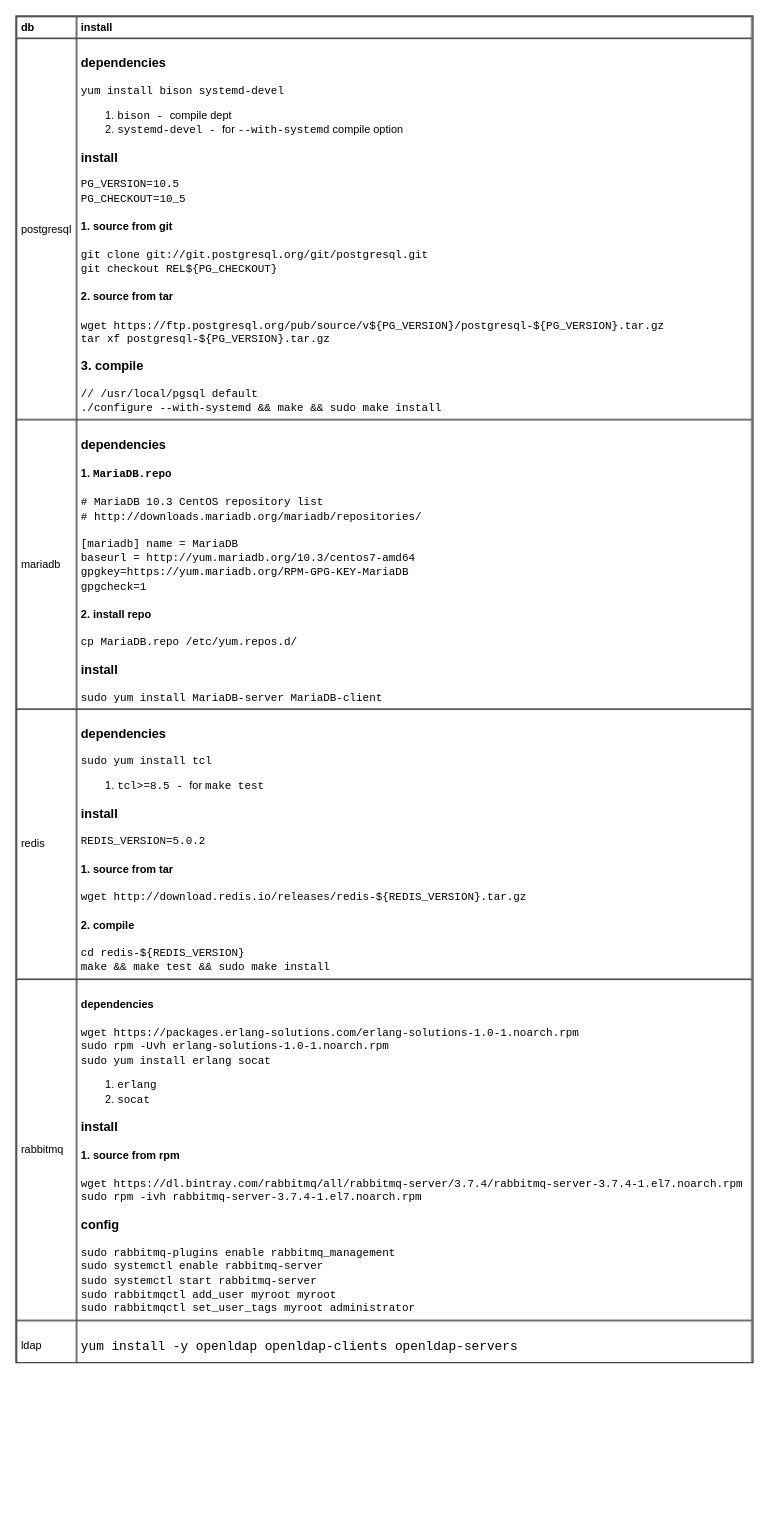
Before: page "install" (2 of 8) of db/db.drawio in yangdj/tf_docs, a draw.io diagram. Source tidied: cells renumbered, new cells numbered last; positions are measured from the earlier drawing's top-left corner, leaving out a move shared by most shapes. Both pictures are drawn from the tidied source at 91%, with x=0, y=0 at pixel (15, 15).
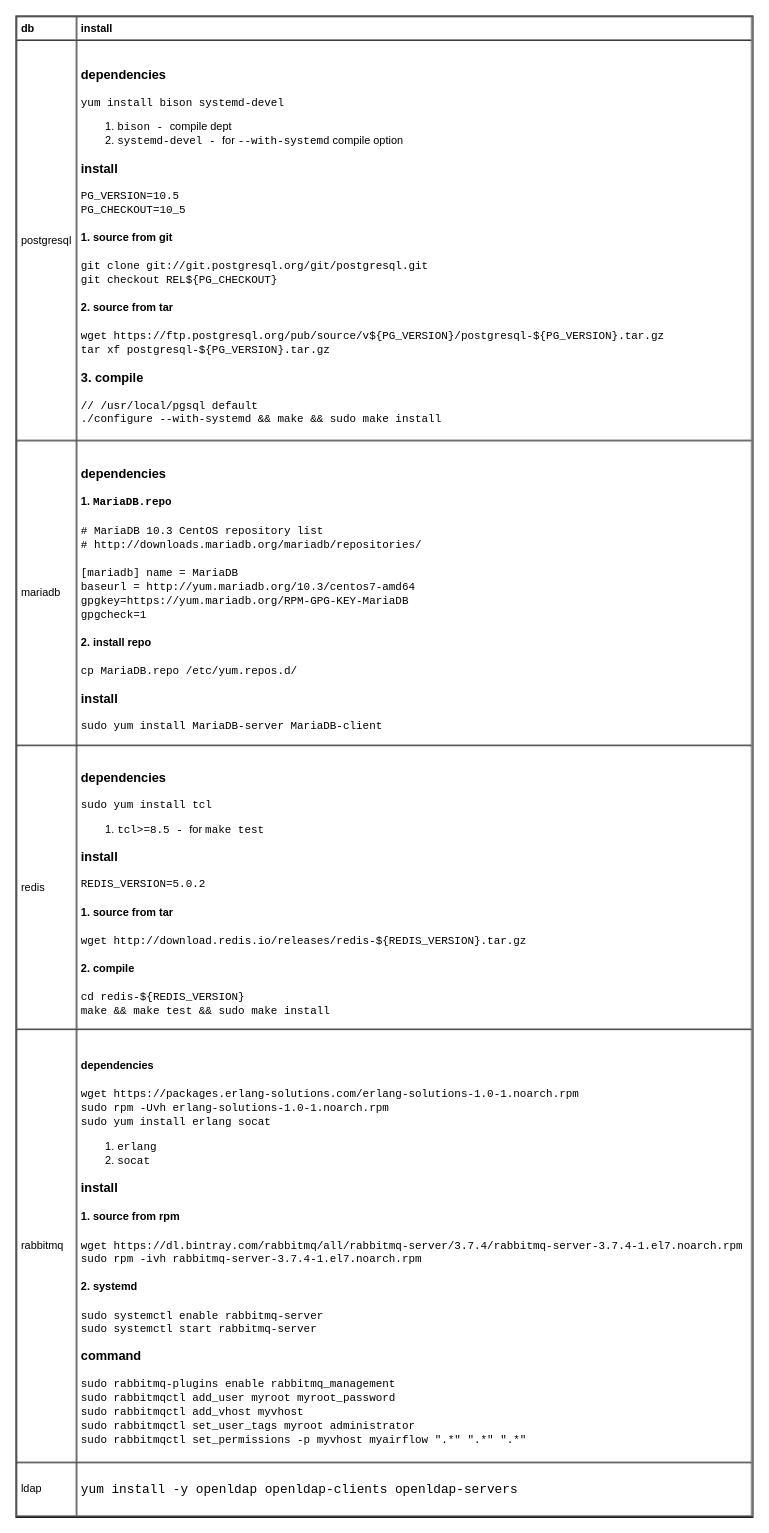
Above is the later version.

Diff of the diagram source:
```diff
@@
 <mxGraphModel>
   <root>
     <mxCell id="0" />
     <mxCell id="1" parent="0" />
-    <mxCell id="2" value="&lt;table cellpadding=&quot;4&quot; cellspacing=&quot;0&quot; border=&quot;1&quot; style=&quot;font-size: 1em ; width: 100% ; height: 100%&quot;&gt;&lt;tbody&gt;&lt;tr&gt;&lt;th&gt;db&lt;/th&gt;&lt;th&gt;install&lt;/th&gt;&lt;/tr&gt;&lt;tr&gt;&lt;td&gt;postgresql&lt;/td&gt;&lt;td&gt;&lt;h3&gt;dependencies&lt;/h3&gt;&lt;div&gt;&lt;span style=&quot;font-family: &amp;#34;courier new&amp;#34; ; font-size: 1em&quot;&gt;yum install bison systemd-devel&lt;/span&gt;&lt;br&gt;&lt;/div&gt;&lt;div&gt;&lt;div&gt;&lt;ol&gt;&lt;li&gt;&lt;font face=&quot;Courier New&quot;&gt;bison - &lt;/font&gt;compile dept&lt;/li&gt;&lt;li&gt;&lt;font face=&quot;Courier New&quot;&gt;systemd-devel -&amp;nbsp;&lt;/font&gt;for&amp;nbsp;&lt;font face=&quot;Courier New&quot;&gt;--with-systemd&lt;/font&gt;&amp;nbsp;compile option&lt;/li&gt;&lt;/ol&gt;&lt;/div&gt;&lt;/div&gt;&lt;h3&gt;install&lt;/h3&gt;&lt;div&gt;&lt;div&gt;&lt;font face=&quot;Courier New&quot;&gt;PG_VERSION=10.5&lt;/font&gt;&lt;/div&gt;&lt;div&gt;&lt;font face=&quot;Courier New&quot;&gt;PG_CHECKOUT=10_5&lt;/font&gt;&lt;/div&gt;&lt;/div&gt;&lt;h4&gt;1. source from git&lt;/h4&gt;&lt;div&gt;&lt;font face=&quot;Courier New&quot;&gt;git clone git://git.postgresql.org/git/postgresql.git&lt;br&gt;&lt;/font&gt;&lt;/div&gt;&lt;div&gt;&lt;font face=&quot;Courier New&quot;&gt;git checkout REL${PG_CHECKOUT}&lt;/font&gt;&lt;/div&gt;&lt;h4&gt;2. source from tar&lt;/h4&gt;&lt;div&gt;&lt;font face=&quot;Courier New&quot;&gt;wget https://ftp.postgresql.org/pub/source/v${PG_VERSION}/postgresql-${PG_VERSION}.tar.gz&lt;/font&gt;&lt;/div&gt;&lt;div&gt;&lt;font face=&quot;Courier New&quot;&gt;tar xf postgresql-${PG_VERSION}.tar.gz&lt;br&gt;&lt;/font&gt;&lt;/div&gt;&lt;h3&gt;3. compile&lt;/h3&gt;&lt;div&gt;&lt;font face=&quot;Courier New&quot;&gt;// &lt;/font&gt;&lt;span&gt;&lt;font face=&quot;Courier New&quot;&gt;/usr/local/pgsql default&lt;/font&gt;&lt;/span&gt;&lt;/div&gt;&lt;div&gt;&lt;font face=&quot;Courier New&quot;&gt;./configure --with-systemd &amp;amp;&amp;amp; make &amp;amp;&amp;amp; sudo make install&lt;br&gt;&lt;/font&gt;&lt;/div&gt;&lt;/td&gt;&lt;/tr&gt;&lt;tr&gt;&lt;td&gt;mariadb&lt;/td&gt;&lt;td&gt;&lt;h3&gt;dependencies&lt;/h3&gt;&lt;h4&gt;1. &lt;font face=&quot;Courier New&quot;&gt;MariaDB.repo&lt;/font&gt;&lt;/h4&gt;&lt;div&gt;&lt;font face=&quot;Courier New&quot;&gt;# MariaDB 10.3 CentOS repository list&lt;/font&gt;&lt;/div&gt;&lt;div&gt;&lt;font face=&quot;Courier New&quot;&gt;# http://downloads.mariadb.org/mariadb/repositories/&lt;/font&gt;&lt;/div&gt;&lt;div&gt;&lt;font face=&quot;Courier New&quot;&gt;&lt;br&gt;&lt;/font&gt;&lt;/div&gt;&lt;div&gt;&lt;font face=&quot;Courier New&quot;&gt;[mariadb] name = MariaDB&lt;/font&gt;&lt;/div&gt;&lt;div&gt;&lt;font face=&quot;Courier New&quot;&gt;baseurl = http://yum.mariadb.org/10.3/centos7-amd64&amp;nbsp;&lt;/font&gt;&lt;/div&gt;&lt;div&gt;&lt;font face=&quot;Courier New&quot;&gt;gpgkey=https://yum.mariadb.org/RPM-GPG-KEY-MariaDB&lt;/font&gt;&lt;/div&gt;&lt;div&gt;&lt;font face=&quot;Courier New&quot;&gt;gpgcheck=1&lt;/font&gt;&lt;/div&gt;&lt;h4&gt;2. install repo&lt;/h4&gt;&lt;div&gt;&lt;font face=&quot;Courier New&quot;&gt;cp MariaDB.repo /etc/yum.repos.d/&lt;/font&gt;&lt;/div&gt;&lt;h3&gt;install&lt;/h3&gt;&lt;div&gt;&lt;font face=&quot;Courier New&quot;&gt;sudo yum install MariaDB-server MariaDB-client&lt;/font&gt;&lt;br&gt;&lt;/div&gt;&lt;/td&gt;&lt;/tr&gt;&lt;tr&gt;&lt;td&gt;redis&lt;/td&gt;&lt;td&gt;&lt;h3&gt;dependencies&lt;/h3&gt;&lt;div&gt;&lt;span style=&quot;font-family: &amp;#34;courier new&amp;#34; ; font-size: 1em&quot;&gt;sudo yum install tcl&lt;/span&gt;&lt;br&gt;&lt;/div&gt;&lt;div&gt;&lt;ol&gt;&lt;li&gt;&lt;font face=&quot;Courier New&quot;&gt;tcl&amp;gt;=8.5 - &lt;/font&gt;for &lt;font face=&quot;Courier New&quot;&gt;make test&lt;br&gt;&lt;/font&gt;&lt;/li&gt;&lt;/ol&gt;&lt;/div&gt;&lt;h3&gt;install&lt;/h3&gt;&lt;div&gt;&lt;font face=&quot;Courier New&quot;&gt;REDIS_VERSION=5.0.2&lt;/font&gt;&lt;/div&gt;&lt;h4&gt;1. source from tar&lt;/h4&gt;&lt;div&gt;&lt;font face=&quot;Courier New&quot;&gt;wget http://download.redis.io/releases/redis-${REDIS_VERSION}.tar.gz&lt;br&gt;&lt;/font&gt;&lt;/div&gt;&lt;h4&gt;2. compile&lt;/h4&gt;&lt;div&gt;&lt;font face=&quot;Courier New&quot;&gt;cd redis-${REDIS_VERSION}&lt;/font&gt;&lt;/div&gt;&lt;div&gt;&lt;font face=&quot;Courier New&quot;&gt;make &amp;amp;&amp;amp; make test &amp;amp;&amp;amp; sudo make install&lt;/font&gt;&lt;/div&gt;&lt;/td&gt;&lt;/tr&gt;&lt;tr&gt;&lt;td&gt;rabbitmq&lt;/td&gt;&lt;td&gt;&lt;h4&gt;dependencies&lt;/h4&gt;&lt;div&gt;&lt;font face=&quot;Courier New&quot;&gt;wget https://packages.erlang-solutions.com/erlang-solutions-1.0-1.noarch.rpm&lt;/font&gt;&lt;/div&gt;&lt;div&gt;&lt;font face=&quot;Courier New&quot;&gt;sudo rpm -Uvh erlang-solutions-1.0-1.noarch.rpm&lt;/font&gt;&lt;br&gt;&lt;/div&gt;&lt;div&gt;&lt;font face=&quot;Courier New&quot;&gt;sudo yum install erlang socat&lt;br&gt;&lt;/font&gt;&lt;/div&gt;&lt;div&gt;&lt;ol&gt;&lt;li&gt;&lt;span style=&quot;font-family: &amp;#34;courier new&amp;#34; ; font-size: 1em&quot;&gt;erlang&lt;/span&gt;&lt;br&gt;&lt;/li&gt;&lt;li&gt;&lt;span style=&quot;font-family: &amp;#34;courier new&amp;#34; ; font-size: 1em&quot;&gt;socat&lt;/span&gt;&lt;/li&gt;&lt;/ol&gt;&lt;h3&gt;install&lt;/h3&gt;&lt;/div&gt;&lt;h4&gt;1. source from rpm&lt;/h4&gt;&lt;div&gt;&lt;font face=&quot;Courier New&quot;&gt;wget https://dl.bintray.com/rabbitmq/all/rabbitmq-server/3.7.4/rabbitmq-server-3.7.4-1.el7.noarch.rpm&lt;br&gt;&lt;/font&gt;&lt;/div&gt;&lt;div&gt;&lt;font face=&quot;Courier New&quot;&gt;sudo rpm -ivh rabbitmq-server-3.7.4-1.el7.noarch.rpm&lt;/font&gt;&lt;/div&gt;&lt;h3&gt;config&lt;/h3&gt;&lt;div&gt;&lt;font face=&quot;Courier New&quot;&gt;sudo rabbitmq-plugins enable rabbitmq_management&lt;/font&gt;&lt;/div&gt;&lt;div&gt;&lt;font face=&quot;Courier New&quot;&gt;sudo systemctl enable rabbitmq-server&lt;/font&gt;&lt;/div&gt;&lt;div&gt;&lt;font face=&quot;Courier New&quot;&gt;sudo systemctl start rabbitmq-server&lt;/font&gt;&lt;/div&gt;&lt;div&gt;&lt;font face=&quot;Courier New&quot;&gt;sudo rabbitmqctl add_user myroot myroot&lt;/font&gt;&lt;/div&gt;&lt;div&gt;&lt;font face=&quot;Courier New&quot;&gt;sudo rabbitmqctl set_user_tags myroot administrator&lt;/font&gt;&lt;br&gt;&lt;/div&gt;&lt;/td&gt;&lt;/tr&gt;&lt;tr&gt;&lt;td&gt;ldap&lt;/td&gt;&lt;td&gt;&lt;h3&gt;&lt;span style=&quot;font-family: &amp;#34;courier new&amp;#34; ; font-size: 1em ; font-weight: normal&quot;&gt;yum install -y openldap openldap-clients openldap-servers&lt;/span&gt;&lt;br&gt;&lt;/h3&gt;&lt;/td&gt;&lt;/tr&gt;&lt;/tbody&gt;&lt;/table&gt; " style="verticalAlign=top;align=left;overflow=fill;fontSize=12;fontFamily=Helvetica;html=1;" parent="1" vertex="1">
-      <mxGeometry width="810" height="1480" as="geometry" />
+    <mxCell id="2" value="&lt;table cellpadding=&quot;4&quot; cellspacing=&quot;0&quot; border=&quot;1&quot; style=&quot;font-size: 1em ; width: 100% ; height: 100%&quot;&gt;&lt;tbody&gt;&lt;tr&gt;&lt;th&gt;db&lt;/th&gt;&lt;th&gt;install&lt;/th&gt;&lt;/tr&gt;&lt;tr&gt;&lt;td&gt;postgresql&lt;/td&gt;&lt;td&gt;&lt;h3&gt;dependencies&lt;/h3&gt;&lt;div&gt;&lt;span style=&quot;font-family: &amp;#34;courier new&amp;#34; ; font-size: 1em&quot;&gt;yum install bison systemd-devel&lt;/span&gt;&lt;br&gt;&lt;/div&gt;&lt;div&gt;&lt;div&gt;&lt;ol&gt;&lt;li&gt;&lt;font face=&quot;Courier New&quot;&gt;bison - &lt;/font&gt;compile dept&lt;/li&gt;&lt;li&gt;&lt;font face=&quot;Courier New&quot;&gt;systemd-devel -&amp;nbsp;&lt;/font&gt;for&amp;nbsp;&lt;font face=&quot;Courier New&quot;&gt;--with-systemd&lt;/font&gt;&amp;nbsp;compile option&lt;/li&gt;&lt;/ol&gt;&lt;/div&gt;&lt;/div&gt;&lt;h3&gt;install&lt;/h3&gt;&lt;div&gt;&lt;div&gt;&lt;font face=&quot;Courier New&quot;&gt;PG_VERSION=10.5&lt;/font&gt;&lt;/div&gt;&lt;div&gt;&lt;font face=&quot;Courier New&quot;&gt;PG_CHECKOUT=10_5&lt;/font&gt;&lt;/div&gt;&lt;/div&gt;&lt;h4&gt;1. source from git&lt;/h4&gt;&lt;div&gt;&lt;font face=&quot;Courier New&quot;&gt;git clone git://git.postgresql.org/git/postgresql.git&lt;br&gt;&lt;/font&gt;&lt;/div&gt;&lt;div&gt;&lt;font face=&quot;Courier New&quot;&gt;git checkout REL${PG_CHECKOUT}&lt;/font&gt;&lt;/div&gt;&lt;h4&gt;2. source from tar&lt;/h4&gt;&lt;div&gt;&lt;font face=&quot;Courier New&quot;&gt;wget https://ftp.postgresql.org/pub/source/v${PG_VERSION}/postgresql-${PG_VERSION}.tar.gz&lt;/font&gt;&lt;/div&gt;&lt;div&gt;&lt;font face=&quot;Courier New&quot;&gt;tar xf postgresql-${PG_VERSION}.tar.gz&lt;br&gt;&lt;/font&gt;&lt;/div&gt;&lt;h3&gt;3. compile&lt;/h3&gt;&lt;div&gt;&lt;font face=&quot;Courier New&quot;&gt;// &lt;/font&gt;&lt;span&gt;&lt;font face=&quot;Courier New&quot;&gt;/usr/local/pgsql default&lt;/font&gt;&lt;/span&gt;&lt;/div&gt;&lt;div&gt;&lt;font face=&quot;Courier New&quot;&gt;./configure --with-systemd &amp;amp;&amp;amp; make &amp;amp;&amp;amp; sudo make install&lt;br&gt;&lt;/font&gt;&lt;/div&gt;&lt;/td&gt;&lt;/tr&gt;&lt;tr&gt;&lt;td&gt;mariadb&lt;/td&gt;&lt;td&gt;&lt;h3&gt;dependencies&lt;/h3&gt;&lt;h4&gt;1. &lt;font face=&quot;Courier New&quot;&gt;MariaDB.repo&lt;/font&gt;&lt;/h4&gt;&lt;div&gt;&lt;font face=&quot;Courier New&quot;&gt;# MariaDB 10.3 CentOS repository list&lt;/font&gt;&lt;/div&gt;&lt;div&gt;&lt;font face=&quot;Courier New&quot;&gt;# http://downloads.mariadb.org/mariadb/repositories/&lt;/font&gt;&lt;/div&gt;&lt;div&gt;&lt;font face=&quot;Courier New&quot;&gt;&lt;br&gt;&lt;/font&gt;&lt;/div&gt;&lt;div&gt;&lt;font face=&quot;Courier New&quot;&gt;[mariadb] name = MariaDB&lt;/font&gt;&lt;/div&gt;&lt;div&gt;&lt;font face=&quot;Courier New&quot;&gt;baseurl = http://yum.mariadb.org/10.3/centos7-amd64&amp;nbsp;&lt;/font&gt;&lt;/div&gt;&lt;div&gt;&lt;font face=&quot;Courier New&quot;&gt;gpgkey=https://yum.mariadb.org/RPM-GPG-KEY-MariaDB&lt;/font&gt;&lt;/div&gt;&lt;div&gt;&lt;font face=&quot;Courier New&quot;&gt;gpgcheck=1&lt;/font&gt;&lt;/div&gt;&lt;h4&gt;2. install repo&lt;/h4&gt;&lt;div&gt;&lt;font face=&quot;Courier New&quot;&gt;cp MariaDB.repo /etc/yum.repos.d/&lt;/font&gt;&lt;/div&gt;&lt;h3&gt;install&lt;/h3&gt;&lt;div&gt;&lt;font face=&quot;Courier New&quot;&gt;sudo yum install MariaDB-server MariaDB-client&lt;/font&gt;&lt;br&gt;&lt;/div&gt;&lt;/td&gt;&lt;/tr&gt;&lt;tr&gt;&lt;td&gt;redis&lt;/td&gt;&lt;td&gt;&lt;h3&gt;dependencies&lt;/h3&gt;&lt;div&gt;&lt;span style=&quot;font-family: &amp;#34;courier new&amp;#34; ; font-size: 1em&quot;&gt;sudo yum install tcl&lt;/span&gt;&lt;br&gt;&lt;/div&gt;&lt;div&gt;&lt;ol&gt;&lt;li&gt;&lt;font face=&quot;Courier New&quot;&gt;tcl&amp;gt;=8.5 - &lt;/font&gt;for &lt;font face=&quot;Courier New&quot;&gt;make test&lt;br&gt;&lt;/font&gt;&lt;/li&gt;&lt;/ol&gt;&lt;/div&gt;&lt;h3&gt;install&lt;/h3&gt;&lt;div&gt;&lt;font face=&quot;Courier New&quot;&gt;REDIS_VERSION=5.0.2&lt;/font&gt;&lt;/div&gt;&lt;h4&gt;1. source from tar&lt;/h4&gt;&lt;div&gt;&lt;font face=&quot;Courier New&quot;&gt;wget http://download.redis.io/releases/redis-${REDIS_VERSION}.tar.gz&lt;br&gt;&lt;/font&gt;&lt;/div&gt;&lt;h4&gt;2. compile&lt;/h4&gt;&lt;div&gt;&lt;font face=&quot;Courier New&quot;&gt;cd redis-${REDIS_VERSION}&lt;/font&gt;&lt;/div&gt;&lt;div&gt;&lt;font face=&quot;Courier New&quot;&gt;make &amp;amp;&amp;amp; make test &amp;amp;&amp;amp; sudo make install&lt;/font&gt;&lt;/div&gt;&lt;/td&gt;&lt;/tr&gt;&lt;tr&gt;&lt;td&gt;rabbitmq&lt;/td&gt;&lt;td&gt;&lt;h4&gt;dependencies&lt;/h4&gt;&lt;div&gt;&lt;font face=&quot;Courier New&quot;&gt;wget https://packages.erlang-solutions.com/erlang-solutions-1.0-1.noarch.rpm&lt;/font&gt;&lt;/div&gt;&lt;div&gt;&lt;font face=&quot;Courier New&quot;&gt;sudo rpm -Uvh erlang-solutions-1.0-1.noarch.rpm&lt;/font&gt;&lt;br&gt;&lt;/div&gt;&lt;div&gt;&lt;font face=&quot;Courier New&quot;&gt;sudo yum install erlang socat&lt;br&gt;&lt;/font&gt;&lt;/div&gt;&lt;div&gt;&lt;ol&gt;&lt;li&gt;&lt;span style=&quot;font-family: &amp;#34;courier new&amp;#34; ; font-size: 1em&quot;&gt;erlang&lt;/span&gt;&lt;br&gt;&lt;/li&gt;&lt;li&gt;&lt;span style=&quot;font-family: &amp;#34;courier new&amp;#34; ; font-size: 1em&quot;&gt;socat&lt;/span&gt;&lt;/li&gt;&lt;/ol&gt;&lt;h3&gt;install&lt;/h3&gt;&lt;/div&gt;&lt;h4&gt;1. source from rpm&lt;/h4&gt;&lt;div&gt;&lt;font face=&quot;Courier New&quot;&gt;wget https://dl.bintray.com/rabbitmq/all/rabbitmq-server/3.7.4/rabbitmq-server-3.7.4-1.el7.noarch.rpm&lt;br&gt;&lt;/font&gt;&lt;/div&gt;&lt;div&gt;&lt;font face=&quot;Courier New&quot;&gt;sudo rpm -ivh rabbitmq-server-3.7.4-1.el7.noarch.rpm&lt;/font&gt;&lt;/div&gt;&lt;h4&gt;2. systemd&lt;/h4&gt;&lt;div&gt;&lt;div&gt;&lt;font face=&quot;Courier New&quot;&gt;sudo systemctl enable rabbitmq-server&lt;/font&gt;&lt;/div&gt;&lt;div&gt;&lt;font face=&quot;Courier New&quot;&gt;sudo systemctl start rabbitmq-server&lt;/font&gt;&lt;/div&gt;&lt;/div&gt;&lt;h3&gt;command&lt;/h3&gt;&lt;div&gt;&lt;font face=&quot;Courier New&quot;&gt;sudo rabbitmq-plugins enable rabbitmq_management&lt;/font&gt;&lt;/div&gt;&lt;div&gt;&lt;font face=&quot;Courier New&quot;&gt;sudo rabbitmqctl add_user myroot myroot_password&lt;/font&gt;&lt;/div&gt;&lt;div&gt;&lt;span style=&quot;font-family: &amp;#34;courier new&amp;#34;&quot;&gt;sudo rabbitmqctl add_vhost myvhost&lt;/span&gt;&lt;font face=&quot;Courier New&quot;&gt;&lt;br&gt;&lt;/font&gt;&lt;/div&gt;&lt;div&gt;&lt;font face=&quot;Courier New&quot;&gt;sudo rabbitmqctl set_user_tags myroot administrator&lt;/font&gt;&lt;br&gt;&lt;/div&gt;&lt;div&gt;&lt;span style=&quot;font-family: &amp;#34;courier new&amp;#34;&quot;&gt;sudo rabbitmqctl set_permissions -p myvhost myairflow &quot;.*&quot; &quot;.*&quot; &quot;.*&quot;&lt;/span&gt;&lt;/div&gt;&lt;/td&gt;&lt;/tr&gt;&lt;tr&gt;&lt;td&gt;ldap&lt;/td&gt;&lt;td&gt;&lt;h3&gt;&lt;span style=&quot;font-family: &amp;#34;courier new&amp;#34; ; font-size: 1em ; font-weight: normal&quot;&gt;yum install -y openldap openldap-clients openldap-servers&lt;/span&gt;&lt;br&gt;&lt;/h3&gt;&lt;/td&gt;&lt;/tr&gt;&lt;/tbody&gt;&lt;/table&gt; " style="verticalAlign=top;align=left;overflow=fill;fontSize=12;fontFamily=Helvetica;html=1;" parent="1" vertex="1">
+      <mxGeometry width="810" height="1650" as="geometry" />
     </mxCell>
   </root>
 </mxGraphModel>
```
